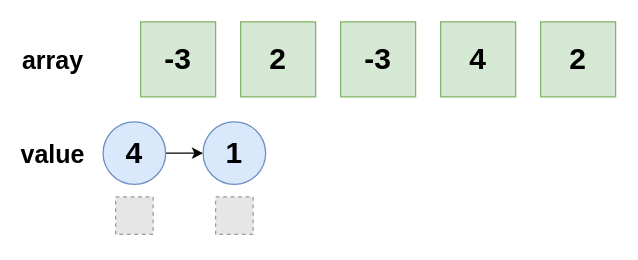
This is lc1413_case2_2.drawio from bakerston/Algorithm, a draw.io file, before an edit. Source tidied: cells renumbered, new cells numbered last; positions are measured from the earlier drawing's top-left corner, leaving out a move shared by most shapes. Both pictures are drawn from the tidied source at 125%, with x=0, y=0 at pixel (28, 21). Pictures stored in the file or linked from it are replaced by grey dashed boxes.
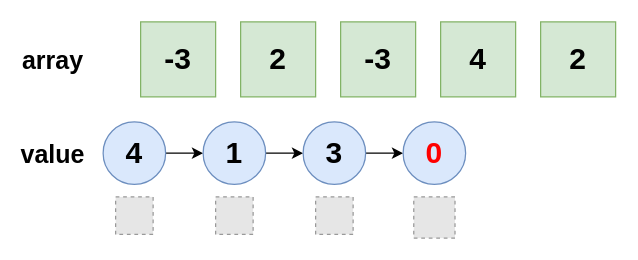
After the change.

Change to the diagram source:
```diff
@@
 <mxGraphModel>
   <root>
     <mxCell id="0" />
     <mxCell id="1" parent="0" />
     <mxCell id="2" value="&lt;b style=&quot;font-size: 24px&quot;&gt;-3&lt;/b&gt;" style="whiteSpace=wrap;html=1;fillColor=#d5e8d4;strokeColor=#82b366;" parent="1" vertex="1">
       <mxGeometry x="90" width="60" height="60" as="geometry" />
     </mxCell>
     <mxCell id="3" value="&lt;span style=&quot;font-size: 24px&quot;&gt;&lt;b&gt;2&lt;/b&gt;&lt;/span&gt;" style="whiteSpace=wrap;html=1;fillColor=#d5e8d4;strokeColor=#82b366;" parent="1" vertex="1">
       <mxGeometry x="170" width="60" height="60" as="geometry" />
     </mxCell>
     <mxCell id="4" value="&lt;b style=&quot;font-size: 24px&quot;&gt;-3&lt;/b&gt;" style="whiteSpace=wrap;html=1;fillColor=#d5e8d4;strokeColor=#82b366;" parent="1" vertex="1">
       <mxGeometry x="250" width="60" height="60" as="geometry" />
     </mxCell>
     <mxCell id="5" value="&lt;span style=&quot;font-size: 24px&quot;&gt;&lt;b&gt;4&lt;/b&gt;&lt;/span&gt;" style="whiteSpace=wrap;html=1;fillColor=#d5e8d4;strokeColor=#82b366;" parent="1" vertex="1">
       <mxGeometry x="330" width="60" height="60" as="geometry" />
     </mxCell>
     <mxCell id="6" value="&lt;span style=&quot;font-size: 24px&quot;&gt;&lt;b&gt;2&lt;/b&gt;&lt;/span&gt;" style="whiteSpace=wrap;html=1;fillColor=#d5e8d4;strokeColor=#82b366;" parent="1" vertex="1">
       <mxGeometry x="410" width="60" height="60" as="geometry" />
     </mxCell>
     <mxCell id="7" style="edgeStyle=orthogonalEdgeStyle;rounded=0;jettySize=auto;html=1;exitX=1;exitY=0.5;exitDx=0;exitDy=0;entryX=0;entryY=0.5;entryDx=0;entryDy=0;" parent="1" edge="1" source="8" target="9">
       <mxGeometry relative="1" as="geometry" />
     </mxCell>
     <mxCell id="8" value="&lt;b style=&quot;font-size: 24px&quot;&gt;4&lt;/b&gt;" style="ellipse;whiteSpace=wrap;html=1;fillColor=#dae8fc;strokeColor=#6c8ebf;" parent="1" vertex="1">
       <mxGeometry x="60" y="80" width="50" height="50" as="geometry" />
     </mxCell>
+    <mxCell id="14" style="edgeStyle=orthogonalEdgeStyle;rounded=0;jettySize=auto;html=1;exitX=1;exitY=0.5;exitDx=0;exitDy=0;entryX=0;entryY=0.5;entryDx=0;entryDy=0;" parent="1" edge="1" source="9" target="17">
+      <mxGeometry relative="1" as="geometry" />
+    </mxCell>
     <mxCell id="9" value="&lt;b style=&quot;font-size: 24px&quot;&gt;1&lt;/b&gt;" style="ellipse;whiteSpace=wrap;html=1;fillColor=#dae8fc;strokeColor=#6c8ebf;" parent="1" vertex="1">
       <mxGeometry x="140" y="80" width="50" height="50" as="geometry" />
     </mxCell>
     <mxCell id="10" style="fillColor=#E6E6E6;strokeColor=#999999;dashed=1;html=1;verticalAlign=top;verticalLabelPosition=bottom;labelBackgroundColor=#ffffff;" parent="1" vertex="1">
       <mxGeometry x="150" y="140" width="30" height="30" as="geometry" />
     </mxCell>
     <mxCell id="11" style="fillColor=#E6E6E6;strokeColor=#999999;dashed=1;html=1;verticalAlign=top;verticalLabelPosition=bottom;labelBackgroundColor=#ffffff;" parent="1" vertex="1">
       <mxGeometry x="70" y="140" width="30" height="30" as="geometry" />
     </mxCell>
     <mxCell id="12" value="&lt;b&gt;&lt;font style=&quot;font-size: 20px&quot;&gt;array&lt;/font&gt;&lt;/b&gt;" style="text;html=1;strokeColor=none;fillColor=none;align=center;verticalAlign=middle;whiteSpace=wrap;rounded=0;" parent="1" vertex="1">
       <mxGeometry y="20" width="40" height="20" as="geometry" />
     </mxCell>
     <mxCell id="13" value="&lt;b&gt;&lt;font style=&quot;font-size: 20px&quot;&gt;value&lt;/font&gt;&lt;/b&gt;" style="text;html=1;strokeColor=none;fillColor=none;align=center;verticalAlign=middle;whiteSpace=wrap;rounded=0;" parent="1" vertex="1">
       <mxGeometry y="95" width="40" height="20" as="geometry" />
     </mxCell>
+    <mxCell id="15" style="fillColor=#E6E6E6;strokeColor=#999999;dashed=1;html=1;verticalAlign=top;verticalLabelPosition=bottom;labelBackgroundColor=#ffffff;" parent="1" vertex="1">
+      <mxGeometry x="230" y="140" width="30" height="30" as="geometry" />
+    </mxCell>
+    <mxCell id="16" style="edgeStyle=orthogonalEdgeStyle;rounded=0;jettySize=auto;html=1;exitX=1;exitY=0.5;exitDx=0;exitDy=0;entryX=0;entryY=0.5;entryDx=0;entryDy=0;" parent="1" edge="1" source="17" target="18">
+      <mxGeometry relative="1" as="geometry" />
+    </mxCell>
+    <mxCell id="17" value="&lt;b style=&quot;font-size: 24px&quot;&gt;3&lt;/b&gt;" style="ellipse;whiteSpace=wrap;html=1;fillColor=#dae8fc;strokeColor=#6c8ebf;" parent="1" vertex="1">
+      <mxGeometry x="220" y="80" width="50" height="50" as="geometry" />
+    </mxCell>
+    <mxCell id="18" value="&lt;b style=&quot;font-size: 24px&quot;&gt;&lt;font color=&quot;#ff0000&quot;&gt;0&lt;/font&gt;&lt;/b&gt;" style="ellipse;whiteSpace=wrap;html=1;fillColor=#dae8fc;strokeColor=#6c8ebf;" parent="1" vertex="1">
+      <mxGeometry x="300" y="80" width="50" height="50" as="geometry" />
+    </mxCell>
+    <mxCell id="19" style="fillColor=#E6E6E6;strokeColor=#999999;dashed=1;html=1;verticalAlign=top;verticalLabelPosition=bottom;labelBackgroundColor=#ffffff;fontColor=#FF0000;" parent="1" vertex="1">
+      <mxGeometry x="308.5" y="140" width="33" height="33" as="geometry" />
+    </mxCell>
   </root>
 </mxGraphModel>
```
